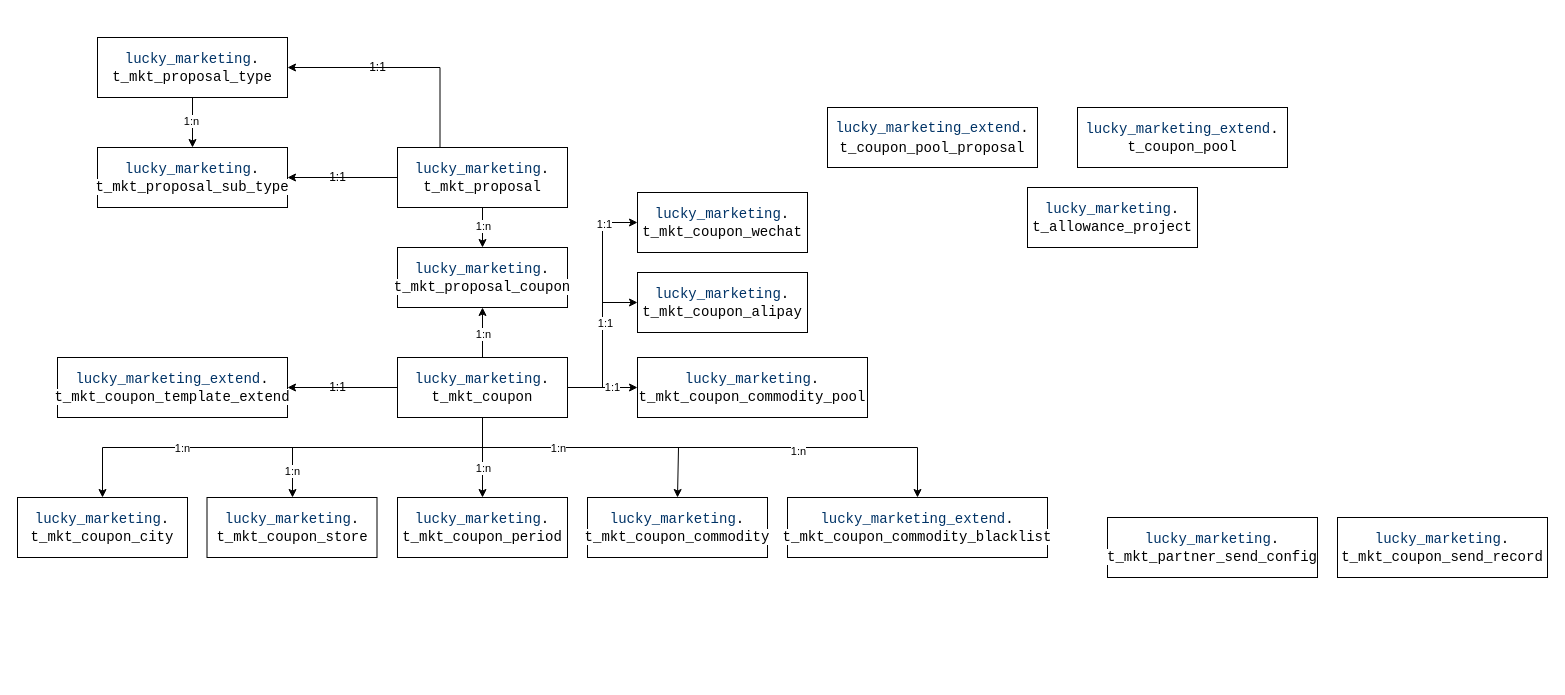
Before: page "数据库" (1 of 5) of src/draw/优惠券.drawio in y13513867074/draw, a draw.io diagram. Source tidied: cells renumbered, new cells numbered last; positions are measured from the earlier drawing's top-left corner, leaving out a move shared by most shapes. Both pictures are drawn from the tidied source at 100%, with x=0, y=0 at pixel (17, 37).
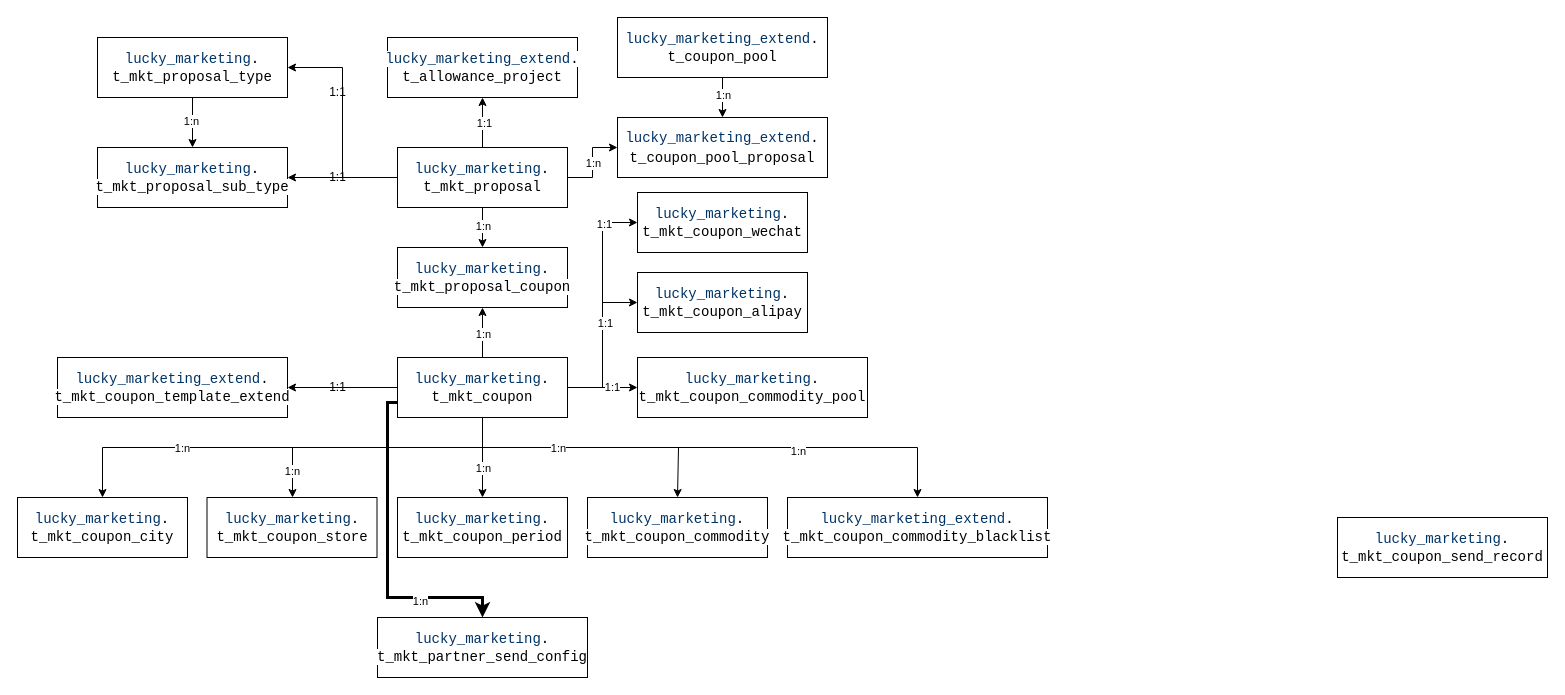
Above is the later version.

Commit message (it also covers changes not shown here):
更新优惠券.drawio

The change refers to these unchanged cells:
```xml
<mxCell id="8" value="&lt;code style=&quot;font-family: Consolas, &amp;quot;Bitstream Vera Sans Mono&amp;quot;, &amp;quot;Courier New&amp;quot;, Courier, monospace; border-radius: 0px; background: none rgb(255, 255, 255); border: 0px; inset: auto; float: none; height: auto; line-height: 20px; margin: 0px; outline: 0px; overflow: visible; padding: 0px; position: static; text-align: left; vertical-align: baseline; width: auto; box-sizing: content-box; font-size: 14px; min-height: inherit; text-wrap: nowrap; color: rgb(0, 51, 102) !important;&quot; class=&quot;java string&quot;&gt;lucky_marketing&lt;/code&gt;&lt;code style=&quot;font-family: Consolas, &amp;quot;Bitstream Vera Sans Mono&amp;quot;, &amp;quot;Courier New&amp;quot;, Courier, monospace; border-radius: 0px; background: none rgb(255, 255, 255); border: 0px; inset: auto; float: none; height: auto; line-height: 20px; margin: 0px; outline: 0px; overflow: visible; padding: 0px; position: static; text-align: left; vertical-align: baseline; width: auto; box-sizing: content-box; font-size: 14px; min-height: inherit; text-wrap: nowrap;&quot; class=&quot;java plain&quot;&gt;.&lt;/code&gt;&lt;div&gt;&lt;span style=&quot;font-family: Consolas, &amp;quot;Bitstream Vera Sans Mono&amp;quot;, &amp;quot;Courier New&amp;quot;, Courier, monospace; font-size: 14px; text-align: left; text-wrap: nowrap; background-color: rgb(255, 255, 255);&quot;&gt;t_mkt_proposal&lt;/span&gt;&lt;br&gt;&lt;/div&gt;" style="rounded=0;whiteSpace=wrap;html=1;" parent="1" vertex="1">
  <mxGeometry x="380" y="110" width="170" height="60" as="geometry" />
</mxCell>
<mxCell id="40" value="&lt;code style=&quot;font-family: Consolas, &amp;quot;Bitstream Vera Sans Mono&amp;quot;, &amp;quot;Courier New&amp;quot;, Courier, monospace; border-radius: 0px; background: none rgb(255, 255, 255); border: 0px; inset: auto; float: none; height: auto; line-height: 20px; margin: 0px; outline: 0px; overflow: visible; padding: 0px; position: static; text-align: left; vertical-align: baseline; width: auto; box-sizing: content-box; font-size: 14px; min-height: inherit; text-wrap: nowrap; color: rgb(0, 51, 102) !important;&quot; class=&quot;java string&quot;&gt;lucky_marketing&lt;/code&gt;&lt;code style=&quot;font-family: Consolas, &amp;quot;Bitstream Vera Sans Mono&amp;quot;, &amp;quot;Courier New&amp;quot;, Courier, monospace; border-radius: 0px; background: none rgb(255, 255, 255); border: 0px; inset: auto; float: none; height: auto; line-height: 20px; margin: 0px; outline: 0px; overflow: visible; padding: 0px; position: static; text-align: left; vertical-align: baseline; width: auto; box-sizing: content-box; font-size: 14px; min-height: inherit; text-wrap: nowrap;&quot; class=&quot;java plain&quot;&gt;.&lt;/code&gt;&lt;div&gt;&lt;span style=&quot;font-family: Consolas, &amp;quot;Bitstream Vera Sans Mono&amp;quot;, &amp;quot;Courier New&amp;quot;, Courier, monospace; font-size: 14px; text-align: left; text-wrap: nowrap; background-color: rgb(255, 255, 255);&quot;&gt;t_mkt_coupon&lt;/span&gt;&lt;br&gt;&lt;/div&gt;" style="rounded=0;whiteSpace=wrap;html=1;" parent="1" vertex="1">
  <mxGeometry x="380" y="320" width="170" height="60" as="geometry" />
</mxCell>
<mxCell id="44" value="&lt;code style=&quot;font-family: Consolas, &amp;quot;Bitstream Vera Sans Mono&amp;quot;, &amp;quot;Courier New&amp;quot;, Courier, monospace; border-radius: 0px; background: none rgb(255, 255, 255); border: 0px; inset: auto; float: none; height: auto; line-height: 20px; margin: 0px; outline: 0px; overflow: visible; padding: 0px; position: static; text-align: left; vertical-align: baseline; width: auto; box-sizing: content-box; font-size: 14px; min-height: inherit; text-wrap: nowrap; color: rgb(0, 51, 102) !important;&quot; class=&quot;java string&quot;&gt;lucky_marketing&lt;/code&gt;&lt;code style=&quot;font-family: Consolas, &amp;quot;Bitstream Vera Sans Mono&amp;quot;, &amp;quot;Courier New&amp;quot;, Courier, monospace; border-radius: 0px; background: none rgb(255, 255, 255); border: 0px; inset: auto; float: none; height: auto; line-height: 20px; margin: 0px; outline: 0px; overflow: visible; padding: 0px; position: static; text-align: left; vertical-align: baseline; width: auto; box-sizing: content-box; font-size: 14px; min-height: inherit; text-wrap: nowrap;&quot; class=&quot;java plain&quot;&gt;.&lt;/code&gt;&lt;div style=&quot;text-align: left;&quot;&gt;&lt;font face=&quot;Consolas, Bitstream Vera Sans Mono, Courier New, Courier, monospace&quot;&gt;&lt;span style=&quot;font-size: 14px; text-wrap: nowrap;&quot;&gt;t_mkt_proposal_type&lt;/span&gt;&lt;/font&gt;&lt;br&gt;&lt;/div&gt;" style="rounded=0;whiteSpace=wrap;html=1;" parent="1" vertex="1">
  <mxGeometry x="80" width="190" height="60" as="geometry" />
</mxCell>
```

Change to the diagram source:
```diff
@@
     <mxCell id="2" value="&lt;code style=&quot;font-family: Consolas, &amp;quot;Bitstream Vera Sans Mono&amp;quot;, &amp;quot;Courier New&amp;quot;, Courier, monospace; border-radius: 0px; background: none rgb(255, 255, 255); border: 0px; inset: auto; float: none; height: auto; line-height: 20px; margin: 0px; outline: 0px; overflow: visible; padding: 0px; position: static; text-align: left; vertical-align: baseline; width: auto; box-sizing: content-box; font-size: 14px; min-height: inherit; text-wrap: nowrap; color: rgb(0, 51, 102) !important;&quot; class=&quot;java string&quot;&gt;lucky_marketing_extend&lt;/code&gt;&lt;code style=&quot;font-family: Consolas, &amp;quot;Bitstream Vera Sans Mono&amp;quot;, &amp;quot;Courier New&amp;quot;, Courier, monospace; border-radius: 0px; background: none rgb(255, 255, 255); border: 0px; inset: auto; float: none; height: auto; line-height: 20px; margin: 0px; outline: 0px; overflow: visible; padding: 0px; position: static; text-align: left; vertical-align: baseline; width: auto; box-sizing: content-box; font-size: 14px; min-height: inherit; text-wrap: nowrap;&quot; class=&quot;java plain&quot;&gt;.&lt;/code&gt;&lt;div&gt;&lt;code style=&quot;font-family: Consolas, &amp;quot;Bitstream Vera Sans Mono&amp;quot;, &amp;quot;Courier New&amp;quot;, Courier, monospace; border-radius: 0px; background: none rgb(255, 255, 255); border: 0px; inset: auto; float: none; height: auto; line-height: 20px; margin: 0px; outline: 0px; overflow: visible; padding: 0px; position: static; text-align: left; vertical-align: baseline; width: auto; box-sizing: content-box; font-size: 14px; min-height: inherit; text-wrap: nowrap;&quot; class=&quot;java plain&quot;&gt;t_coupon_pool_proposal&lt;/code&gt;&lt;/div&gt;" style="rounded=0;whiteSpace=wrap;html=1;" parent="1" vertex="1">
-      <mxGeometry x="810" y="70" width="210" height="60" as="geometry" />
+      <mxGeometry x="600" y="80" width="210" height="60" as="geometry" />
     </mxCell>
+    <mxCell id="49" style="edgeStyle=orthogonalEdgeStyle;rounded=0;jettySize=auto;html=1;exitX=0.5;exitY=1;exitDx=0;exitDy=0;entryX=0.5;entryY=0;entryDx=0;entryDy=0;" parent="1" edge="1" source="3" target="2">
+      <mxGeometry relative="1" as="geometry">
+        <Array as="points">
+          <mxPoint x="705" y="60" />
+          <mxPoint x="705" y="60" />
+        </Array>
+      </mxGeometry>
+    </mxCell>
+    <mxCell id="50" value="1:n" style="edgeLabel;html=1;align=center;verticalAlign=middle;" parent="49" vertex="1">
+      <mxGeometry x="-0.15" relative="1" as="geometry" />
+    </mxCell>
     <mxCell id="3" value="&lt;code style=&quot;font-family: Consolas, &amp;quot;Bitstream Vera Sans Mono&amp;quot;, &amp;quot;Courier New&amp;quot;, Courier, monospace; border-radius: 0px; background: none rgb(255, 255, 255); border: 0px; inset: auto; float: none; height: auto; line-height: 20px; margin: 0px; outline: 0px; overflow: visible; padding: 0px; position: static; text-align: left; vertical-align: baseline; width: auto; box-sizing: content-box; font-size: 14px; min-height: inherit; text-wrap: nowrap; color: rgb(0, 51, 102) !important;&quot; class=&quot;java string&quot;&gt;lucky_marketing_extend&lt;/code&gt;&lt;code style=&quot;font-family: Consolas, &amp;quot;Bitstream Vera Sans Mono&amp;quot;, &amp;quot;Courier New&amp;quot;, Courier, monospace; border-radius: 0px; background: none rgb(255, 255, 255); border: 0px; inset: auto; float: none; height: auto; line-height: 20px; margin: 0px; outline: 0px; overflow: visible; padding: 0px; position: static; text-align: left; vertical-align: baseline; width: auto; box-sizing: content-box; font-size: 14px; min-height: inherit; text-wrap: nowrap;&quot; class=&quot;java plain&quot;&gt;.&lt;/code&gt;&lt;div&gt;&lt;span style=&quot;font-family: Consolas, &amp;quot;Bitstream Vera Sans Mono&amp;quot;, &amp;quot;Courier New&amp;quot;, Courier, monospace; font-size: 14px; text-align: left; text-wrap: nowrap; background-color: rgb(255, 255, 255);&quot;&gt;t_coupon_pool&lt;/span&gt;&lt;br&gt;&lt;/div&gt;" style="rounded=0;whiteSpace=wrap;html=1;" parent="1" vertex="1">
-      <mxGeometry x="1060" y="70" width="210" height="60" as="geometry" />
+      <mxGeometry x="600" y="-20" width="210" height="60" as="geometry" />
     </mxCell>
-    <mxCell id="4" style="edgeStyle=orthogonalEdgeStyle;rounded=0;jettySize=auto;html=1;exitX=0.25;exitY=0;exitDx=0;exitDy=0;entryX=1;entryY=0.5;entryDx=0;entryDy=0;" parent="1" edge="1" source="8" target="44">
+    <mxCell id="4" style="edgeStyle=orthogonalEdgeStyle;rounded=0;jettySize=auto;html=1;exitX=0;exitY=0.5;exitDx=0;exitDy=0;entryX=1;entryY=0.5;entryDx=0;entryDy=0;" parent="1" edge="1" source="8" target="44">
       <mxGeometry relative="1" as="geometry" />
     </mxCell>
@@
+    <mxCell id="51" style="edgeStyle=orthogonalEdgeStyle;rounded=0;jettySize=auto;html=1;exitX=0.5;exitY=0;exitDx=0;exitDy=0;entryX=0.5;entryY=1;entryDx=0;entryDy=0;" parent="1" edge="1" source="8" target="9">
+      <mxGeometry relative="1" as="geometry" />
+    </mxCell>
+    <mxCell id="52" value="1:1" style="edgeLabel;html=1;align=center;verticalAlign=middle;" parent="51" vertex="1">
+      <mxGeometry y="-1" relative="1" as="geometry" />
+    </mxCell>
+    <mxCell id="53" style="edgeStyle=orthogonalEdgeStyle;rounded=0;jettySize=auto;html=1;exitX=1;exitY=0.5;exitDx=0;exitDy=0;entryX=0;entryY=0.5;entryDx=0;entryDy=0;" parent="1" edge="1" source="8" target="2">
+      <mxGeometry relative="1" as="geometry" />
+    </mxCell>
+    <mxCell id="54" value="1:n" style="edgeLabel;html=1;align=center;verticalAlign=middle;" parent="53" vertex="1">
+      <mxGeometry relative="1" as="geometry" />
+    </mxCell>
@@
-    <mxCell id="9" value="&lt;code style=&quot;font-family: Consolas, &amp;quot;Bitstream Vera Sans Mono&amp;quot;, &amp;quot;Courier New&amp;quot;, Courier, monospace; border-radius: 0px; background: none rgb(255, 255, 255); border: 0px; inset: auto; float: none; height: auto; line-height: 20px; margin: 0px; outline: 0px; overflow: visible; padding: 0px; position: static; text-align: left; vertical-align: baseline; width: auto; box-sizing: content-box; font-size: 14px; min-height: inherit; text-wrap: nowrap; color: rgb(0, 51, 102) !important;&quot; class=&quot;java string&quot;&gt;lucky_marketing&lt;/code&gt;&lt;code style=&quot;font-family: Consolas, &amp;quot;Bitstream Vera Sans Mono&amp;quot;, &amp;quot;Courier New&amp;quot;, Courier, monospace; border-radius: 0px; background: none rgb(255, 255, 255); border: 0px; inset: auto; float: none; height: auto; line-height: 20px; margin: 0px; outline: 0px; overflow: visible; padding: 0px; position: static; text-align: left; vertical-align: baseline; width: auto; box-sizing: content-box; font-size: 14px; min-height: inherit; text-wrap: nowrap;&quot; class=&quot;java plain&quot;&gt;.&lt;/code&gt;&lt;div&gt;&lt;span style=&quot;font-family: Consolas, &amp;quot;Bitstream Vera Sans Mono&amp;quot;, &amp;quot;Courier New&amp;quot;, Courier, monospace; font-size: 14px; text-align: left; text-wrap: nowrap; background-color: rgb(255, 255, 255);&quot;&gt;t_allowance_project&lt;/span&gt;&lt;br&gt;&lt;/div&gt;" style="rounded=0;whiteSpace=wrap;html=1;" parent="1" vertex="1">
-      <mxGeometry x="1010" y="150" width="170" height="60" as="geometry" />
+    <mxCell id="9" value="&lt;code style=&quot;font-family: Consolas, &amp;quot;Bitstream Vera Sans Mono&amp;quot;, &amp;quot;Courier New&amp;quot;, Courier, monospace; border-radius: 0px; background: none rgb(255, 255, 255); border: 0px; inset: auto; float: none; height: auto; line-height: 20px; margin: 0px; outline: 0px; overflow: visible; padding: 0px; position: static; text-align: left; vertical-align: baseline; width: auto; box-sizing: content-box; font-size: 14px; min-height: inherit; text-wrap: nowrap;&quot; class=&quot;java plain&quot;&gt;&lt;span style=&quot;color: rgb(0, 51, 102);&quot;&gt;lucky_marketing_extend&lt;/span&gt;.&lt;/code&gt;&lt;div&gt;&lt;span style=&quot;font-family: Consolas, &amp;quot;Bitstream Vera Sans Mono&amp;quot;, &amp;quot;Courier New&amp;quot;, Courier, monospace; font-size: 14px; text-align: left; text-wrap: nowrap; background-color: rgb(255, 255, 255);&quot;&gt;t_allowance_project&lt;/span&gt;&lt;br&gt;&lt;/div&gt;" style="rounded=0;whiteSpace=wrap;html=1;" parent="1" vertex="1">
+      <mxGeometry x="370" width="190" height="60" as="geometry" />
     </mxCell>
@@
     <mxCell id="20" value="&lt;code style=&quot;font-family: Consolas, &amp;quot;Bitstream Vera Sans Mono&amp;quot;, &amp;quot;Courier New&amp;quot;, Courier, monospace; border-radius: 0px; background: none rgb(255, 255, 255); border: 0px; inset: auto; float: none; height: auto; line-height: 20px; margin: 0px; outline: 0px; overflow: visible; padding: 0px; position: static; text-align: left; vertical-align: baseline; width: auto; box-sizing: content-box; font-size: 14px; min-height: inherit; text-wrap: nowrap; color: rgb(0, 51, 102) !important;&quot; class=&quot;java string&quot;&gt;lucky_marketing&lt;/code&gt;&lt;code style=&quot;font-family: Consolas, &amp;quot;Bitstream Vera Sans Mono&amp;quot;, &amp;quot;Courier New&amp;quot;, Courier, monospace; border-radius: 0px; background: none rgb(255, 255, 255); border: 0px; inset: auto; float: none; height: auto; line-height: 20px; margin: 0px; outline: 0px; overflow: visible; padding: 0px; position: static; text-align: left; vertical-align: baseline; width: auto; box-sizing: content-box; font-size: 14px; min-height: inherit; text-wrap: nowrap;&quot; class=&quot;java plain&quot;&gt;.&lt;/code&gt;&lt;div&gt;&lt;span style=&quot;font-family: Consolas, &amp;quot;Bitstream Vera Sans Mono&amp;quot;, &amp;quot;Courier New&amp;quot;, Courier, monospace; font-size: 14px; text-align: left; text-wrap: nowrap; background-color: rgb(255, 255, 255);&quot;&gt;t_mkt_partner_send_config&lt;/span&gt;&lt;br&gt;&lt;/div&gt;" style="rounded=0;whiteSpace=wrap;html=1;" parent="1" vertex="1">
-      <mxGeometry x="1090" y="480" width="210" height="60" as="geometry" />
+      <mxGeometry x="360" y="580" width="210" height="60" as="geometry" />
     </mxCell>
@@
+    <mxCell id="55" style="edgeStyle=orthogonalEdgeStyle;rounded=0;jettySize=auto;html=1;exitX=0;exitY=0.75;exitDx=0;exitDy=0;entryX=0.5;entryY=0;entryDx=0;entryDy=0;strokeWidth=3;" parent="1" edge="1" source="40" target="20">
+      <mxGeometry relative="1" as="geometry">
+        <Array as="points">
+          <mxPoint x="370" y="365" />
+          <mxPoint x="370" y="560" />
+          <mxPoint x="465" y="560" />
+        </Array>
+      </mxGeometry>
+    </mxCell>
+    <mxCell id="56" value="1:n" style="edgeLabel;html=1;align=center;verticalAlign=middle;" parent="55" vertex="1">
+      <mxGeometry x="0.48" y="-3" relative="1" as="geometry" />
+    </mxCell>
@@
     <mxCell id="45" value="1:1" style="text;html=1;align=center;verticalAlign=middle;strokeColor=none;fillColor=none;" parent="1" vertex="1">
-      <mxGeometry x="340" y="15" width="40" height="30" as="geometry" />
+      <mxGeometry x="300" y="40" width="40" height="30" as="geometry" />
     </mxCell>
```
